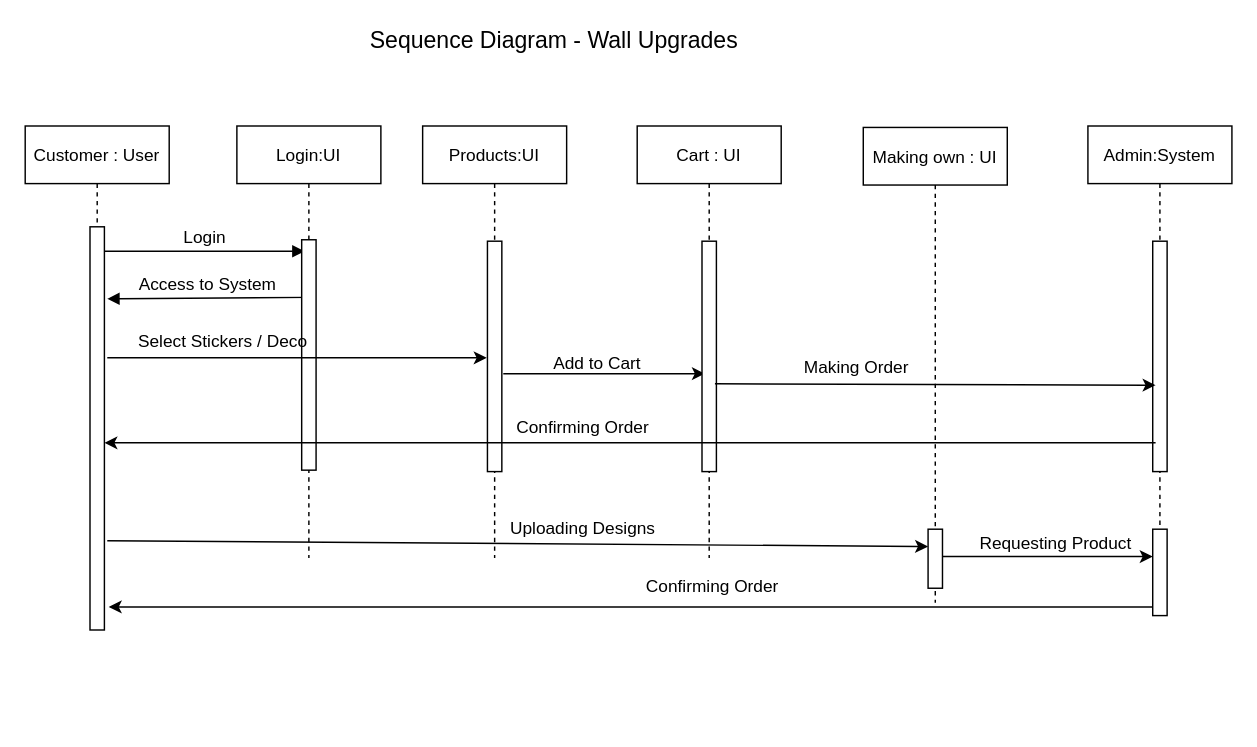
Before: Untitled Diagram.drawio in DhananjaDinethmi/helloworld_2, a draw.io diagram. Source tidied: cells renumbered, new cells numbered last; positions are measured from the earlier drawing's top-left corner, leaving out a move shared by most shapes. Both pictures are drawn from the tidied source at 144%, with x=0, y=0 at pixel (24, 24).
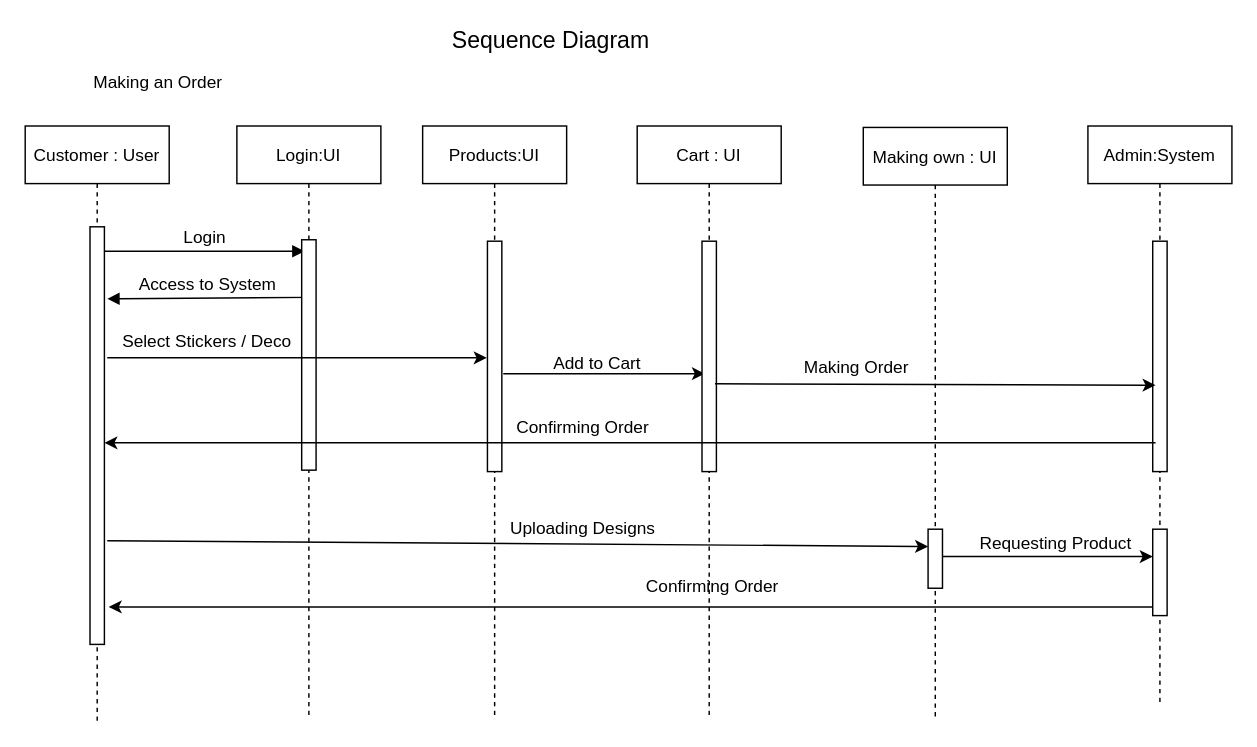
The same diagram, later.

Unchanged cells that the change refers to:
```xml
<mxCell id="24" style="points=[];perimeter=orthogonalPerimeter;rounded=0;shadow=0;strokeWidth=1;" parent="1" vertex="1">
  <mxGeometry x="783" y="350" width="10" height="60" as="geometry" />
</mxCell>
```

Diff of the diagram source:
```diff
@@
     <mxCell id="2" value="Customer : User" style="shape=umlLifeline;perimeter=lifelinePerimeter;rounded=0;shadow=0;strokeWidth=1;" parent="1" vertex="1">
-      <mxGeometry y="70" width="100" height="350" as="geometry" />
+      <mxGeometry y="70" width="100" height="360" as="geometry" />
     </mxCell>
     <mxCell id="3" style="perimeter=orthogonalPerimeter;rounded=0;shadow=0;strokeWidth=1;" parent="2" vertex="1">
-      <mxGeometry x="45" y="70" width="10" height="280" as="geometry" />
+      <mxGeometry x="45" y="70" width="10" height="290" as="geometry" />
     </mxCell>
     <mxCell id="4" value="Products:UI" style="shape=umlLifeline;perimeter=lifelinePerimeter;rounded=0;shadow=0;strokeWidth=1;" parent="1" vertex="1">
-      <mxGeometry x="276" y="70" width="100" height="300" as="geometry" />
+      <mxGeometry x="276" y="70" width="100" height="410" as="geometry" />
     </mxCell>
@@
     <mxCell id="9" value="Cart : UI" style="shape=umlLifeline;perimeter=lifelinePerimeter;rounded=0;shadow=0;strokeWidth=1;" parent="1" vertex="1">
-      <mxGeometry x="425" y="70" width="100" height="300" as="geometry" />
+      <mxGeometry x="425" y="70" width="100" height="410" as="geometry" />
     </mxCell>
@@
     <mxCell id="11" value="Making own : UI" style="shape=umlLifeline;perimeter=lifelinePerimeter;rounded=0;shadow=0;strokeWidth=1;" parent="1" vertex="1">
-      <mxGeometry x="582" y="71" width="100" height="330" as="geometry" />
+      <mxGeometry x="582" y="71" width="100" height="409" as="geometry" />
     </mxCell>
@@
     <mxCell id="15" value="Login:UI" style="shape=umlLifeline;perimeter=lifelinePerimeter;rounded=0;shadow=0;strokeWidth=1;" parent="1" vertex="1">
-      <mxGeometry x="147" y="70" width="100" height="300" as="geometry" />
+      <mxGeometry x="147" y="70" width="100" height="410" as="geometry" />
     </mxCell>
@@
     <mxCell id="18" value="Select Stickers / Deco" style="text;html=1;align=center;verticalAlign=middle;strokeColor=none;" parent="1" vertex="1">
-      <mxGeometry x="72" y="210" width="130" height="20" as="geometry" />
+      <mxGeometry x="61" y="210" width="130" height="20" as="geometry" />
     </mxCell>
@@
     <mxCell id="28" style="endArrow=classic;html=1;fontSize=12;exitX=0;exitY=0.9;exitDx=0;exitDy=0;exitPerimeter=0;" parent="1" edge="1" source="24">
       <mxGeometry relative="1" as="geometry">
         <mxPoint x="58" y="404" as="targetPoint" />
+        <Array as="points">
+          <mxPoint x="637" y="404" />
+        </Array>
       </mxGeometry>
     </mxCell>
@@
-    <mxCell id="31" value="&lt;font style=&quot;font-size: 16px&quot;&gt;Sequence Diagram - Wall Upgrades &lt;/font&gt;" style="text;html=1;align=center;verticalAlign=middle;strokeColor=none;" parent="1" vertex="1">
-      <mxGeometry x="232" width="270" height="20" as="geometry" />
+    <mxCell id="31" value="&lt;font style=&quot;font-size: 16px&quot;&gt;Sequence Diagram&amp;nbsp; &lt;/font&gt;" style="text;html=1;align=center;verticalAlign=middle;strokeColor=none;" parent="1" vertex="1">
+      <mxGeometry x="287" width="160" height="20" as="geometry" />
     </mxCell>
+    <mxCell id="32" style="endArrow=none;dashed=1;html=1;" parent="1" edge="1">
+      <mxGeometry relative="1" as="geometry">
+        <mxPoint x="50" y="483" as="sourcePoint" />
+        <mxPoint x="50" y="430" as="targetPoint" />
+      </mxGeometry>
+    </mxCell>
+    <mxCell id="33" style="endArrow=none;dashed=1;html=1;" parent="1" edge="1" target="24">
+      <mxGeometry relative="1" as="geometry">
+        <mxPoint x="788" y="470" as="sourcePoint" />
+      </mxGeometry>
+    </mxCell>
+    <mxCell id="34" value="Making an Order " style="text;html=1;align=center;verticalAlign=middle;strokeColor=none;" parent="1" vertex="1">
+      <mxGeometry x="37" y="30" width="110" height="20" as="geometry" />
+    </mxCell>
```
